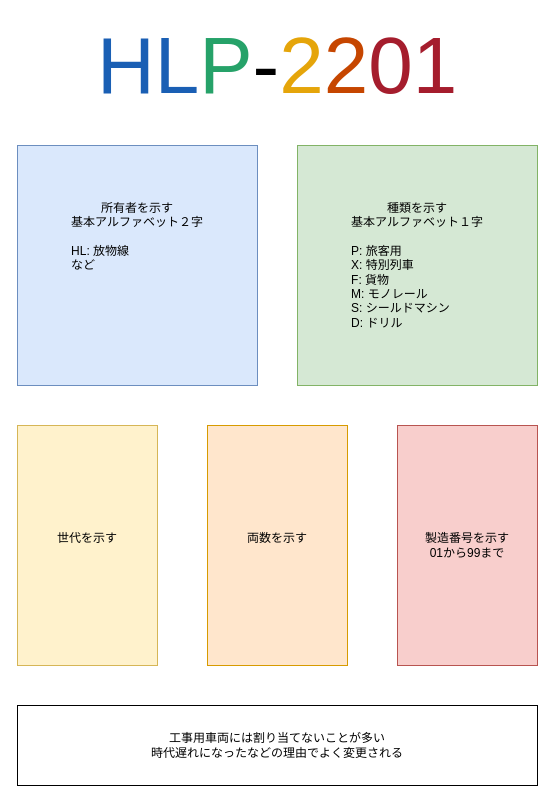
Before: page "命名規則" (6 of 17) of houbutu/放物.drawio in chainsawsteel1/drawio-files, a draw.io diagram. Source tidied: cells renumbered, new cells numbered last; positions are measured from the earlier drawing's top-left corner, leaving out a move shared by most shapes. Both pictures are drawn from the tidied source at 100%, with x=0, y=0 at pixel (17, 25).
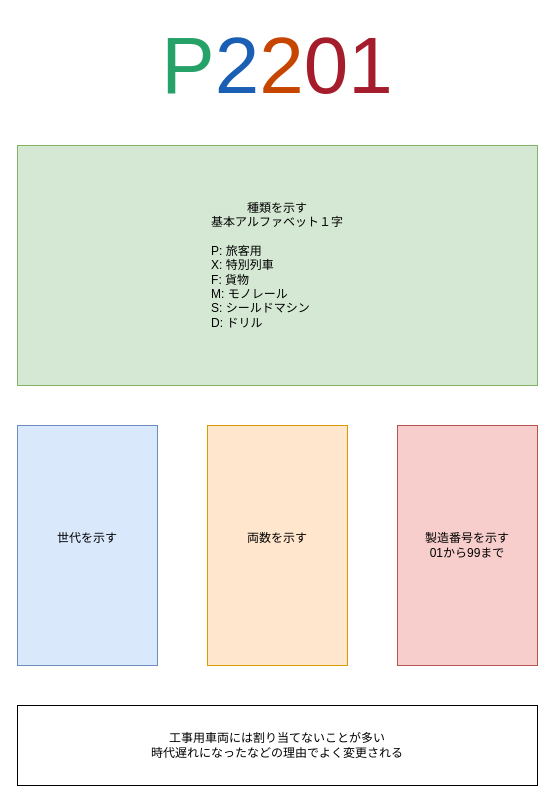
Above is the later version.

Commit message:
命名規則変更

Change to the diagram source:
```diff
@@
 <mxGraphModel>
   <root>
     <mxCell id="0" />
     <mxCell id="1" parent="0" />
-    <mxCell id="2" value="&lt;font style=&quot;font-size: 80px;&quot;&gt;&lt;font color=&quot;#1a5fb4&quot;&gt;HL&lt;/font&gt;&lt;font color=&quot;#26a269&quot;&gt;P&lt;/font&gt;-&lt;font color=&quot;#e5a50a&quot;&gt;2&lt;/font&gt;&lt;font color=&quot;#c64600&quot;&gt;2&lt;/font&gt;&lt;font color=&quot;#a51d2d&quot;&gt;01&lt;/font&gt;&lt;/font&gt;" style="text;html=1;align=center;verticalAlign=middle;whiteSpace=wrap;rounded=0;" parent="1" vertex="1">
+    <mxCell id="2" value="&lt;font style=&quot;font-size: 80px;&quot;&gt;&lt;font color=&quot;#26a269&quot;&gt;P&lt;/font&gt;&lt;font color=&quot;#1a5fb4&quot;&gt;2&lt;/font&gt;&lt;font color=&quot;#c64600&quot;&gt;2&lt;/font&gt;&lt;font color=&quot;#a51d2d&quot;&gt;01&lt;/font&gt;&lt;/font&gt;" style="text;html=1;align=center;verticalAlign=middle;whiteSpace=wrap;rounded=0;" parent="1" vertex="1">
       <mxGeometry width="520" height="80" as="geometry" />
     </mxCell>
-    <mxCell id="3" value="&lt;div&gt;所有者を示す&lt;/div&gt;&lt;div&gt;基本アルファベット２字&lt;/div&gt;&lt;div&gt;&lt;br&gt;&lt;/div&gt;&lt;div align=&quot;left&quot;&gt;HL: 放物線&lt;/div&gt;&lt;div align=&quot;left&quot;&gt;など&lt;/div&gt;&lt;div align=&quot;left&quot;&gt;&lt;br&gt;&lt;/div&gt;&lt;div align=&quot;left&quot;&gt;&lt;br&gt;&lt;/div&gt;&lt;div align=&quot;left&quot;&gt;&lt;br&gt;&lt;/div&gt;&lt;div align=&quot;left&quot;&gt;&lt;br&gt;&lt;/div&gt;" style="rounded=0;whiteSpace=wrap;html=1;fillColor=#dae8fc;strokeColor=#6c8ebf;" parent="1" vertex="1">
-      <mxGeometry y="120" width="240" height="240" as="geometry" />
-    </mxCell>
     <mxCell id="4" value="&lt;div&gt;種類を示す&lt;/div&gt;&lt;div&gt;基本アルファベット１字&lt;/div&gt;&lt;div align=&quot;left&quot;&gt;&lt;br&gt;&lt;/div&gt;&lt;div align=&quot;left&quot;&gt;P: 旅客用&lt;/div&gt;&lt;div align=&quot;left&quot;&gt;X: 特別列車&lt;/div&gt;&lt;div align=&quot;left&quot;&gt;F: 貨物&lt;/div&gt;&lt;div align=&quot;left&quot;&gt;M: モノレール&lt;/div&gt;&lt;div align=&quot;left&quot;&gt;S: シールドマシン&lt;br&gt;&lt;/div&gt;&lt;div align=&quot;left&quot;&gt;D: ドリル&lt;br&gt;&lt;/div&gt;" style="rounded=0;whiteSpace=wrap;html=1;fillColor=#d5e8d4;strokeColor=#82b366;" parent="1" vertex="1">
-      <mxGeometry x="280" y="120" width="240" height="240" as="geometry" />
+      <mxGeometry y="120" width="520" height="240" as="geometry" />
     </mxCell>
-    <mxCell id="5" value="&lt;div&gt;世代を示す&lt;/div&gt;&lt;div&gt;&lt;br&gt;&lt;/div&gt;" style="rounded=0;whiteSpace=wrap;html=1;fillColor=#fff2cc;strokeColor=#d6b656;" parent="1" vertex="1">
+    <mxCell id="5" value="&lt;div&gt;世代を示す&lt;/div&gt;&lt;div&gt;&lt;br&gt;&lt;/div&gt;" style="rounded=0;whiteSpace=wrap;html=1;fillColor=#dae8fc;strokeColor=#6c8ebf;" parent="1" vertex="1">
       <mxGeometry y="400" width="140" height="240" as="geometry" />
     </mxCell>
     <mxCell id="6" value="&lt;div&gt;両数を示す&lt;/div&gt;&lt;div&gt;&lt;br&gt;&lt;/div&gt;" style="rounded=0;whiteSpace=wrap;html=1;fillColor=#ffe6cc;strokeColor=#d79b00;" parent="1" vertex="1">
       <mxGeometry x="190" y="400" width="140" height="240" as="geometry" />
     </mxCell>
     <mxCell id="7" value="&lt;div&gt;製造番号を示す&lt;/div&gt;&lt;div&gt;01から99まで&lt;br&gt;&lt;/div&gt;" style="rounded=0;whiteSpace=wrap;html=1;fillColor=#f8cecc;strokeColor=#b85450;" parent="1" vertex="1">
       <mxGeometry x="380" y="400" width="140" height="240" as="geometry" />
     </mxCell>
     <mxCell id="8" value="&lt;div&gt;工事用車両には割り当てないことが多い&lt;/div&gt;&lt;div&gt;時代遅れになったなどの理由でよく変更される&lt;/div&gt;" style="rounded=0;whiteSpace=wrap;html=1;" parent="1" vertex="1">
       <mxGeometry y="680" width="520" height="80" as="geometry" />
     </mxCell>
   </root>
 </mxGraphModel>
```
